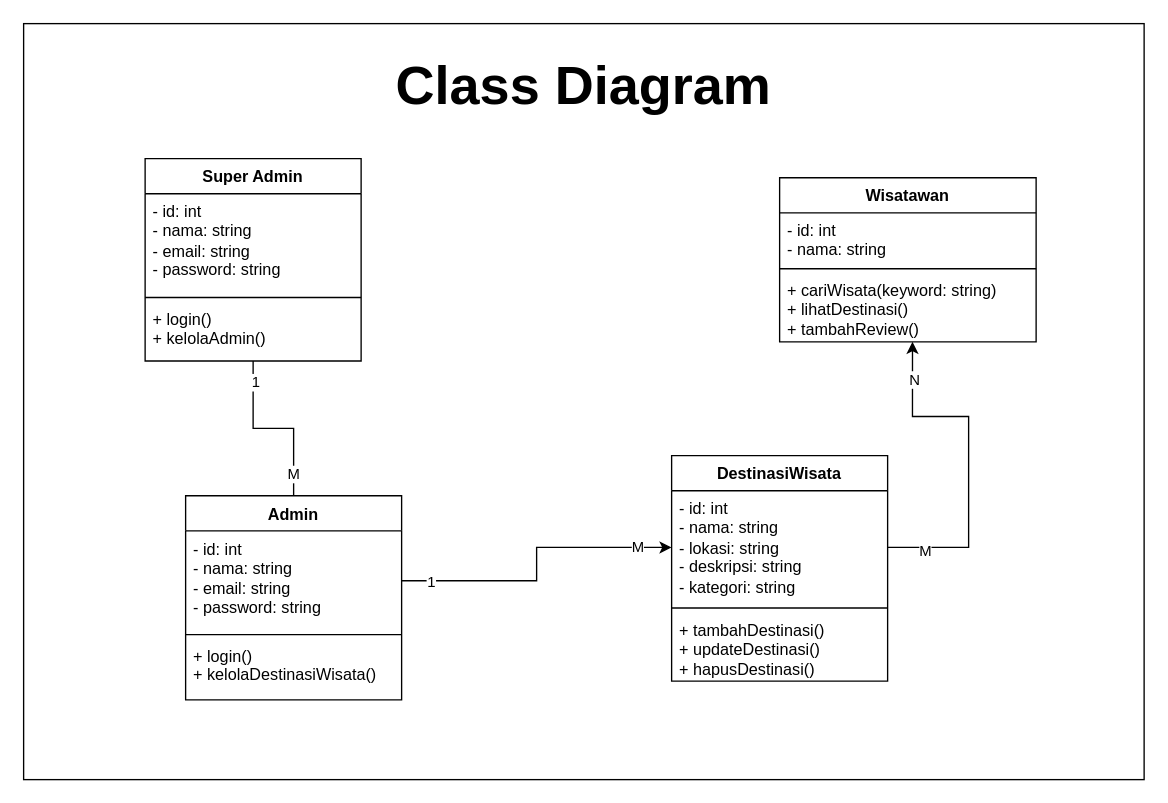
This is page "erd" (3 of 3) of Untitled Diagram.drawio from agungsaraswati/UML, a draw.io file, before an edit. Source tidied: cells renumbered, new cells numbered last; positions are measured from the earlier drawing's top-left corner, leaving out a move shared by most shapes. Both pictures are drawn from the tidied source at 135%, with x=0, y=0 at pixel (23, 23).
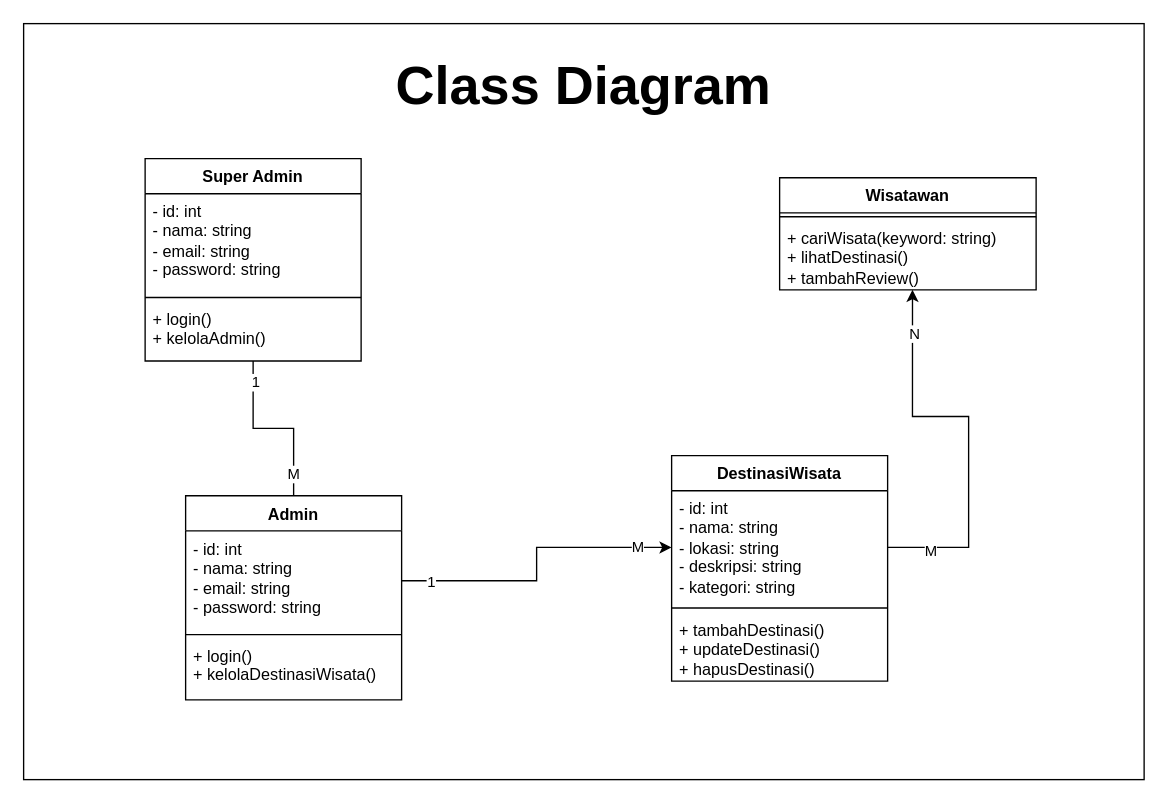
The same diagram, later.

The edit, as a diff of the source:
```diff
@@
     <mxCell id="14" value="Wisatawan" style="swimlane;fontStyle=1;align=center;verticalAlign=top;horizontal=1;startSize=26;whiteSpace=wrap;html=1;" parent="1" vertex="1">
-      <mxGeometry x="560" y="114.2" width="190" height="121.5" as="geometry" />
+      <mxGeometry x="560" y="114.2" width="190" height="83" as="geometry" />
     </mxCell>
-    <mxCell id="15" value="- id: int&lt;div&gt;- nama: string&lt;/div&gt;" style="text;strokeColor=none;fillColor=none;align=left;verticalAlign=top;spacingLeft=4;spacingRight=4;overflow=hidden;whiteSpace=wrap;html=1;" parent="14" vertex="1">
-      <mxGeometry y="26" width="190" height="38.5" as="geometry" />
-    </mxCell>
     <mxCell id="16" style="line;strokeWidth=1;fillColor=none;align=left;verticalAlign=middle;spacingTop=-1;spacingLeft=3;spacingRight=3;labelPosition=right;strokeColor=inherit;" parent="14" vertex="1">
-      <mxGeometry y="64.5" width="190" height="5.7" as="geometry" />
+      <mxGeometry y="26" width="190" height="5.7" as="geometry" />
     </mxCell>
     <mxCell id="17" value="+ cariWisata(keyword: string)&lt;div&gt;+ lihatDestinasi()&lt;/div&gt;&lt;div&gt;+ tambahReview()&lt;/div&gt;" style="text;strokeColor=none;fillColor=none;align=left;verticalAlign=top;spacingLeft=4;spacingRight=4;overflow=hidden;points=[[0,0.5],[1,0.5]];portConstraint=eastwest;whiteSpace=wrap;html=1;" parent="14" vertex="1">
-      <mxGeometry y="70.2" width="190" height="51.3" as="geometry" />
+      <mxGeometry y="31.7" width="190" height="51.3" as="geometry" />
     </mxCell>
```
